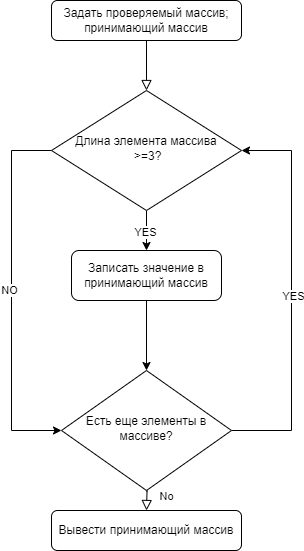
ElenaMGB/ItogKR_1q keeps this draw.io diagram as Blok-schem_ItogKR_1q.drawio.png. Above is the earlier version. Source tidied: cells renumbered, new cells last; positions are measured from the earlier drawing's top-left corner, leaving out a move shared by most shapes.
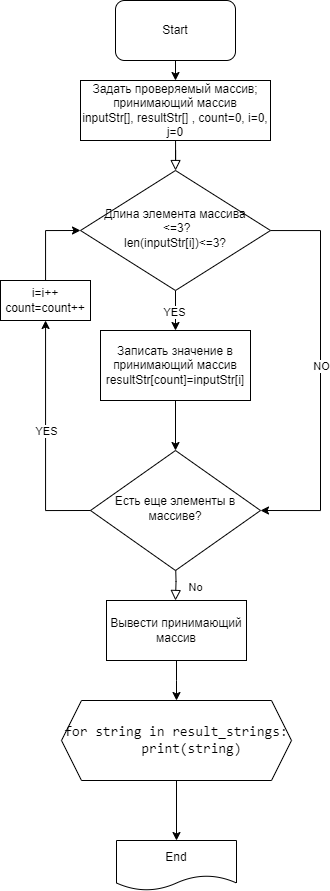
Above is the later version.

The edit, as a diff of the source:
```diff
@@ -5,8 +5,8 @@
     <mxCell id="2" style="rounded=0;html=1;jettySize=auto;fontSize=11;endArrow=block;endFill=0;endSize=8;strokeWidth=1;shadow=0;labelBackgroundColor=none;edgeStyle=orthogonalEdgeStyle;" parent="1" edge="1" source="3" target="8">
       <mxGeometry relative="1" as="geometry" />
     </mxCell>
-    <mxCell id="3" value="Задать проверяемый массив; принимающий массив" style="rounded=1;whiteSpace=wrap;html=1;fontSize=12;glass=0;strokeWidth=1;shadow=0;" parent="1" vertex="1">
-      <mxGeometry x="40" width="190" height="40" as="geometry" />
+    <mxCell id="3" value="Задать проверяемый массив; принимающий массив&lt;div&gt;inputStr[], resultStr[] , count=0, i=0, j=0&lt;/div&gt;" style="rounded=0;whiteSpace=wrap;html=1;fontSize=12;glass=0;strokeWidth=1;shadow=0;" parent="1" vertex="1">
+      <mxGeometry x="40" width="190" height="60" as="geometry" />
     </mxCell>
     <mxCell id="4" style="edgeStyle=orthogonalEdgeStyle;rounded=0;jettySize=auto;html=1;exitX=0.5;exitY=1;exitDx=0;exitDy=0;entryX=0.5;entryY=0;entryDx=0;entryDy=0;" parent="1" edge="1" source="8" target="11">
       <mxGeometry relative="1" as="geometry" />
@@ -14,47 +14,83 @@
     <mxCell id="5" value="YES" style="edgeLabel;html=1;align=center;verticalAlign=middle;" parent="4" vertex="1">
       <mxGeometry x="0.05" y="-2" relative="1" as="geometry" />
     </mxCell>
-    <mxCell id="6" style="edgeStyle=orthogonalEdgeStyle;rounded=0;jettySize=auto;html=1;entryX=0;entryY=0.5;entryDx=0;entryDy=0;" parent="1" edge="1" source="8" target="14">
+    <mxCell id="6" style="edgeStyle=orthogonalEdgeStyle;rounded=0;jettySize=auto;html=1;entryX=1;entryY=0.5;entryDx=0;entryDy=0;" parent="1" edge="1" source="8" target="14">
       <mxGeometry relative="1" as="geometry">
         <Array as="points">
-          <mxPoint y="150" />
-          <mxPoint y="430" />
+          <mxPoint x="280" y="150" />
+          <mxPoint x="280" y="430" />
         </Array>
       </mxGeometry>
     </mxCell>
     <mxCell id="7" value="NO" style="edgeLabel;html=1;align=center;verticalAlign=middle;" parent="6" vertex="1">
-      <mxGeometry x="-0.03" y="-3" relative="1" as="geometry" />
+      <mxGeometry x="-0.03" y="-3" relative="1" as="geometry">
+        <mxPoint x="3" y="-3" as="offset" />
+      </mxGeometry>
     </mxCell>
-    <mxCell id="8" value="Длина элемента массива&lt;div&gt;&amp;nbsp;&amp;gt;=3?&lt;/div&gt;" style="rhombus;whiteSpace=wrap;html=1;shadow=0;fontFamily=Helvetica;fontSize=12;align=center;strokeWidth=1;spacing=6;spacingTop=-4;" parent="1" vertex="1">
+    <mxCell id="8" value="Длина элемента массива&lt;div&gt;&amp;nbsp;&amp;lt;=3?&lt;/div&gt;&lt;div&gt;len(inputStr[i])&amp;lt;=3?&lt;/div&gt;" style="rhombus;whiteSpace=wrap;html=1;shadow=0;fontFamily=Helvetica;fontSize=12;align=center;strokeWidth=1;spacing=6;spacingTop=-4;" parent="1" vertex="1">
       <mxGeometry x="40" y="90" width="190" height="120" as="geometry" />
     </mxCell>
-    <mxCell id="9" value="No" style="rounded=0;html=1;jettySize=auto;fontSize=11;endArrow=block;endFill=0;endSize=8;strokeWidth=1;shadow=0;labelBackgroundColor=none;edgeStyle=orthogonalEdgeStyle;" parent="1" edge="1" target="10">
+    <mxCell id="9" value="No" style="rounded=0;html=1;jettySize=auto;orthogonalLoop=1;fontSize=11;endArrow=block;endFill=0;endSize=8;strokeWidth=1;shadow=0;labelBackgroundColor=none;edgeStyle=orthogonalEdgeStyle;" parent="1" edge="1">
       <mxGeometry x="0.33" y="20" relative="1" as="geometry">
-        <mxPoint x="135" y="470" as="sourcePoint" />
+        <mxPoint x="135" y="480" as="sourcePoint" />
+        <mxPoint x="135" y="520" as="targetPoint" />
       </mxGeometry>
     </mxCell>
-    <mxCell id="10" value="Вывести принимающий массив" style="rounded=1;whiteSpace=wrap;html=1;fontSize=12;glass=0;strokeWidth=1;shadow=0;" parent="1" vertex="1">
-      <mxGeometry x="40" y="510" width="190" height="40" as="geometry" />
-    </mxCell>
+    <mxCell id="16" style="edgeStyle=orthogonalEdgeStyle;rounded=0;jettySize=auto;html=1;exitX=0.5;exitY=1;exitDx=0;exitDy=0;entryX=0.5;entryY=0;entryDx=0;entryDy=0;" parent="1" edge="1" source="22" target="21">
+      <mxGeometry relative="1" as="geometry" />
+    </mxCell>
-    <mxCell id="11" value="Записать значение в принимающий массив" style="rounded=1;whiteSpace=wrap;html=1;fontSize=12;glass=0;strokeWidth=1;shadow=0;" parent="1" vertex="1">
-      <mxGeometry x="60" y="250" width="150" height="50" as="geometry" />
+    <mxCell id="11" value="Записать значение в принимающий массив&lt;div&gt;resultStr[count]=inputStr[i]&lt;/div&gt;" style="rounded=0;whiteSpace=wrap;html=1;fontSize=12;glass=0;strokeWidth=1;shadow=0;" parent="1" vertex="1">
+      <mxGeometry x="60" y="250" width="150" height="70" as="geometry" />
     </mxCell>
-    <mxCell id="12" style="edgeStyle=orthogonalEdgeStyle;rounded=0;jettySize=auto;html=1;exitX=1;exitY=0.5;exitDx=0;exitDy=0;entryX=1;entryY=0.5;entryDx=0;entryDy=0;" parent="1" edge="1" source="14" target="8">
+    <mxCell id="12" style="edgeStyle=orthogonalEdgeStyle;rounded=0;jettySize=auto;html=1;exitX=1;exitY=0.5;exitDx=0;exitDy=0;" parent="1" edge="1" source="18">
       <mxGeometry relative="1" as="geometry">
+        <mxPoint x="40" y="150" as="targetPoint" />
         <Array as="points">
-          <mxPoint x="280" y="430" />
-          <mxPoint x="280" y="150" />
+          <mxPoint x="5" y="150" />
         </Array>
       </mxGeometry>
     </mxCell>
-    <mxCell id="13" value="YES" style="edgeLabel;html=1;align=center;verticalAlign=middle;" parent="12" vertex="1">
-      <mxGeometry y="-1" relative="1" as="geometry" />
-    </mxCell>
     <mxCell id="14" value="Есть еще элементы в массиве?" style="rhombus;whiteSpace=wrap;html=1;shadow=0;fontFamily=Helvetica;fontSize=12;align=center;strokeWidth=1;spacing=6;spacingTop=-4;" parent="1" vertex="1">
       <mxGeometry x="50" y="370" width="170" height="120" as="geometry" />
     </mxCell>
     <mxCell id="15" style="edgeStyle=orthogonalEdgeStyle;rounded=0;jettySize=auto;html=1;exitX=0.5;exitY=1;exitDx=0;exitDy=0;entryX=0.5;entryY=0;entryDx=0;entryDy=0;" parent="1" edge="1" source="11" target="14">
       <mxGeometry relative="1" as="geometry" />
     </mxCell>
+    <mxCell id="17" style="edgeStyle=orthogonalEdgeStyle;rounded=0;jettySize=auto;html=1;" parent="1" edge="1" target="18">
+      <mxGeometry relative="1" as="geometry">
+        <mxPoint x="50" y="430" as="sourcePoint" />
+        <Array as="points">
+          <mxPoint x="5" y="430" />
+        </Array>
+      </mxGeometry>
+    </mxCell>
+    <mxCell id="13" value="YES" style="edgeLabel;html=1;align=center;verticalAlign=middle;" parent="17" vertex="1">
+      <mxGeometry y="-1" relative="1" as="geometry">
+        <mxPoint x="-1" y="-7" as="offset" />
+      </mxGeometry>
+    </mxCell>
+    <mxCell id="18" value="&lt;div&gt;i=i++&lt;/div&gt;&lt;div&gt;count=count++&lt;/div&gt;" style="rounded=0;whiteSpace=wrap;html=1;" parent="1" vertex="1">
+      <mxGeometry x="-40" y="200" width="90" height="40" as="geometry" />
+    </mxCell>
+    <mxCell id="19" style="edgeStyle=orthogonalEdgeStyle;rounded=0;jettySize=auto;html=1;exitX=0.5;exitY=1;exitDx=0;exitDy=0;entryX=0.5;entryY=0;entryDx=0;entryDy=0;" parent="1" edge="1" source="20" target="3">
+      <mxGeometry relative="1" as="geometry" />
+    </mxCell>
+    <mxCell id="20" value="Start" style="rounded=1;whiteSpace=wrap;html=1;" parent="1" vertex="1">
+      <mxGeometry x="75" y="-80" width="120" height="60" as="geometry" />
+    </mxCell>
+    <mxCell id="21" value="End" style="shape=document;whiteSpace=wrap;html=1;boundedLbl=1;" parent="1" vertex="1">
+      <mxGeometry x="76" y="760" width="120" height="50" as="geometry" />
+    </mxCell>
+    <mxCell id="22" value="&lt;div&gt;&lt;span style=&quot;box-sizing: border-box; border: 0px solid rgb(229, 231, 235); scrollbar-color: auto; scrollbar-width: auto; --tw-border-spacing-x: 0; --tw-border-spacing-y: 0; --tw-translate-x: 0; --tw-translate-y: 0; --tw-rotate: 0; --tw-skew-x: 0; --tw-skew-y: 0; --tw-scale-x: 1; --tw-scale-y: 1; --tw-pan-x: ; --tw-pan-y: ; --tw-pinch-zoom: ; --tw-scroll-snap-strictness: proximity; --tw-ordinal: ; --tw-slashed-zero: ; --tw-numeric-figure: ; --tw-numeric-spacing: ; --tw-numeric-fraction: ; --tw-ring-inset: ; --tw-ring-offset-width: 0px; --tw-ring-offset-color: #fff; --tw-ring-color: rgba(59,130,246,.5); --tw-ring-offset-shadow: 0 0 #0000; --tw-ring-shadow: 0 0 #0000; --tw-shadow: 0 0 #0000; --tw-shadow-colored: 0 0 #0000; --tw-blur: ; --tw-brightness: ; --tw-contrast: ; --tw-grayscale: ; --tw-hue-rotate: ; --tw-invert: ; --tw-saturate: ; --tw-sepia: ; --tw-drop-shadow: ; --tw-backdrop-blur: ; --tw-backdrop-brightness: ; --tw-backdrop-contrast: ; --tw-backdrop-grayscale: ; --tw-backdrop-hue-rotate: ; --tw-backdrop-invert: ; --tw-backdrop-opacity: ; --tw-backdrop-saturate: ; --tw-backdrop-sepia: ; font-family: __berkeleyMono_b44320, __berkeleyMono_Fallback_b44320, ui-monospace, SFMono-Regular, monospace; font-size: 14px; font-variant-ligatures: none; text-align: start; white-space: pre;&quot; class=&quot;token&quot;&gt;for&lt;/span&gt;&lt;span style=&quot;font-family: __berkeleyMono_b44320, __berkeleyMono_Fallback_b44320, ui-monospace, SFMono-Regular, monospace; font-size: 14px; font-variant-ligatures: none; text-align: start; white-space: pre;&quot;&gt; string &lt;/span&gt;&lt;span style=&quot;box-sizing: border-box; border: 0px solid rgb(229, 231, 235); scrollbar-color: auto; scrollbar-width: auto; --tw-border-spacing-x: 0; --tw-border-spacing-y: 0; --tw-translate-x: 0; --tw-translate-y: 0; --tw-rotate: 0; --tw-skew-x: 0; --tw-skew-y: 0; --tw-scale-x: 1; --tw-scale-y: 1; --tw-pan-x: ; --tw-pan-y: ; --tw-pinch-zoom: ; --tw-scroll-snap-strictness: proximity; --tw-ordinal: ; --tw-slashed-zero: ; --tw-numeric-figure: ; --tw-numeric-spacing: ; --tw-numeric-fraction: ; --tw-ring-inset: ; --tw-ring-offset-width: 0px; --tw-ring-offset-color: #fff; --tw-ring-color: rgba(59,130,246,.5); --tw-ring-offset-shadow: 0 0 #0000; --tw-ring-shadow: 0 0 #0000; --tw-shadow: 0 0 #0000; --tw-shadow-colored: 0 0 #0000; --tw-blur: ; --tw-brightness: ; --tw-contrast: ; --tw-grayscale: ; --tw-hue-rotate: ; --tw-invert: ; --tw-saturate: ; --tw-sepia: ; --tw-drop-shadow: ; --tw-backdrop-blur: ; --tw-backdrop-brightness: ; --tw-backdrop-contrast: ; --tw-backdrop-grayscale: ; --tw-backdrop-hue-rotate: ; --tw-backdrop-invert: ; --tw-backdrop-opacity: ; --tw-backdrop-saturate: ; --tw-backdrop-sepia: ; font-family: __berkeleyMono_b44320, __berkeleyMono_Fallback_b44320, ui-monospace, SFMono-Regular, monospace; font-size: 14px; font-variant-ligatures: none; text-align: start; white-space: pre;&quot; class=&quot;token&quot;&gt;in&lt;/span&gt;&lt;span style=&quot;font-family: __berkeleyMono_b44320, __berkeleyMono_Fallback_b44320, ui-monospace, SFMono-Regular, monospace; font-size: 14px; font-variant-ligatures: none; text-align: start; white-space: pre;&quot;&gt; result_strings&lt;/span&gt;&lt;span style=&quot;box-sizing: border-box; border: 0px solid rgb(229, 231, 235); scrollbar-color: auto; scrollbar-width: auto; --tw-border-spacing-x: 0; --tw-border-spacing-y: 0; --tw-translate-x: 0; --tw-translate-y: 0; --tw-rotate: 0; --tw-skew-x: 0; --tw-skew-y: 0; --tw-scale-x: 1; --tw-scale-y: 1; --tw-pan-x: ; --tw-pan-y: ; --tw-pinch-zoom: ; --tw-scroll-snap-strictness: proximity; --tw-ordinal: ; --tw-slashed-zero: ; --tw-numeric-figure: ; --tw-numeric-spacing: ; --tw-numeric-fraction: ; --tw-ring-inset: ; --tw-ring-offset-width: 0px; --tw-ring-offset-color: #fff; --tw-ring-color: rgba(59,130,246,.5); --tw-ring-offset-shadow: 0 0 #0000; --tw-ring-shadow: 0 0 #0000; --tw-shadow: 0 0 #0000; --tw-shadow-colored: 0 0 #0000; --tw-blur: ; --tw-brightness: ; --tw-contrast: ; --tw-grayscale: ; --tw-hue-rotate: ; --tw-invert: ; --tw-saturate: ; --tw-sepia: ; --tw-drop-shadow: ; --tw-backdrop-blur: ; --tw-backdrop-brightness: ; --tw-backdrop-contrast: ; --tw-backdrop-grayscale: ; --tw-backdrop-hue-rotate: ; --tw-backdrop-invert: ; --tw-backdrop-opacity: ; --tw-backdrop-saturate: ; --tw-backdrop-sepia: ; font-family: __berkeleyMono_b44320, __berkeleyMono_Fallback_b44320, ui-monospace, SFMono-Regular, monospace; font-size: 14px; font-variant-ligatures: none; text-align: start; white-space: pre;&quot; class=&quot;token punctuation&quot;&gt;:&lt;/span&gt;&lt;span style=&quot;font-family: __berkeleyMono_b44320, __berkeleyMono_Fallback_b44320, ui-monospace, SFMono-Regular, monospace; font-size: 14px; font-variant-ligatures: none; text-align: start; white-space: pre;&quot;&gt;&lt;br&gt;    &lt;/span&gt;&lt;span style=&quot;box-sizing: border-box; border: 0px solid rgb(229, 231, 235); scrollbar-color: auto; scrollbar-width: auto; --tw-border-spacing-x: 0; --tw-border-spacing-y: 0; --tw-translate-x: 0; --tw-translate-y: 0; --tw-rotate: 0; --tw-skew-x: 0; --tw-skew-y: 0; --tw-scale-x: 1; --tw-scale-y: 1; --tw-pan-x: ; --tw-pan-y: ; --tw-pinch-zoom: ; --tw-scroll-snap-strictness: proximity; --tw-ordinal: ; --tw-slashed-zero: ; --tw-numeric-figure: ; --tw-numeric-spacing: ; --tw-numeric-fraction: ; --tw-ring-inset: ; --tw-ring-offset-width: 0px; --tw-ring-offset-color: #fff; --tw-ring-color: rgba(59,130,246,.5); --tw-ring-offset-shadow: 0 0 #0000; --tw-ring-shadow: 0 0 #0000; --tw-shadow: 0 0 #0000; --tw-shadow-colored: 0 0 #0000; --tw-blur: ; --tw-brightness: ; --tw-contrast: ; --tw-grayscale: ; --tw-hue-rotate: ; --tw-invert: ; --tw-saturate: ; --tw-sepia: ; --tw-drop-shadow: ; --tw-backdrop-blur: ; --tw-backdrop-brightness: ; --tw-backdrop-contrast: ; --tw-backdrop-grayscale: ; --tw-backdrop-hue-rotate: ; --tw-backdrop-invert: ; --tw-backdrop-opacity: ; --tw-backdrop-saturate: ; --tw-backdrop-sepia: ; font-family: __berkeleyMono_b44320, __berkeleyMono_Fallback_b44320, ui-monospace, SFMono-Regular, monospace; font-size: 14px; font-variant-ligatures: none; text-align: start; white-space: pre;&quot; class=&quot;token&quot;&gt;print&lt;/span&gt;&lt;span style=&quot;box-sizing: border-box; border: 0px solid rgb(229, 231, 235); scrollbar-color: auto; scrollbar-width: auto; --tw-border-spacing-x: 0; --tw-border-spacing-y: 0; --tw-translate-x: 0; --tw-translate-y: 0; --tw-rotate: 0; --tw-skew-x: 0; --tw-skew-y: 0; --tw-scale-x: 1; --tw-scale-y: 1; --tw-pan-x: ; --tw-pan-y: ; --tw-pinch-zoom: ; --tw-scroll-snap-strictness: proximity; --tw-ordinal: ; --tw-slashed-zero: ; --tw-numeric-figure: ; --tw-numeric-spacing: ; --tw-numeric-fraction: ; --tw-ring-inset: ; --tw-ring-offset-width: 0px; --tw-ring-offset-color: #fff; --tw-ring-color: rgba(59,130,246,.5); --tw-ring-offset-shadow: 0 0 #0000; --tw-ring-shadow: 0 0 #0000; --tw-shadow: 0 0 #0000; --tw-shadow-colored: 0 0 #0000; --tw-blur: ; --tw-brightness: ; --tw-contrast: ; --tw-grayscale: ; --tw-hue-rotate: ; --tw-invert: ; --tw-saturate: ; --tw-sepia: ; --tw-drop-shadow: ; --tw-backdrop-blur: ; --tw-backdrop-brightness: ; --tw-backdrop-contrast: ; --tw-backdrop-grayscale: ; --tw-backdrop-hue-rotate: ; --tw-backdrop-invert: ; --tw-backdrop-opacity: ; --tw-backdrop-saturate: ; --tw-backdrop-sepia: ; font-family: __berkeleyMono_b44320, __berkeleyMono_Fallback_b44320, ui-monospace, SFMono-Regular, monospace; font-size: 14px; font-variant-ligatures: none; text-align: start; white-space: pre;&quot; class=&quot;token punctuation&quot;&gt;(&lt;/span&gt;&lt;span style=&quot;font-family: __berkeleyMono_b44320, __berkeleyMono_Fallback_b44320, ui-monospace, SFMono-Regular, monospace; font-size: 14px; font-variant-ligatures: none; text-align: start; white-space: pre;&quot;&gt;string&lt;/span&gt;&lt;span style=&quot;box-sizing: border-box; border: 0px solid rgb(229, 231, 235); scrollbar-color: auto; scrollbar-width: auto; --tw-border-spacing-x: 0; --tw-border-spacing-y: 0; --tw-translate-x: 0; --tw-translate-y: 0; --tw-rotate: 0; --tw-skew-x: 0; --tw-skew-y: 0; --tw-scale-x: 1; --tw-scale-y: 1; --tw-pan-x: ; --tw-pan-y: ; --tw-pinch-zoom: ; --tw-scroll-snap-strictness: proximity; --tw-ordinal: ; --tw-slashed-zero: ; --tw-numeric-figure: ; --tw-numeric-spacing: ; --tw-numeric-fraction: ; --tw-ring-inset: ; --tw-ring-offset-width: 0px; --tw-ring-offset-color: #fff; --tw-ring-color: rgba(59,130,246,.5); --tw-ring-offset-shadow: 0 0 #0000; --tw-ring-shadow: 0 0 #0000; --tw-shadow: 0 0 #0000; --tw-shadow-colored: 0 0 #0000; --tw-blur: ; --tw-brightness: ; --tw-contrast: ; --tw-grayscale: ; --tw-hue-rotate: ; --tw-invert: ; --tw-saturate: ; --tw-sepia: ; --tw-drop-shadow: ; --tw-backdrop-blur: ; --tw-backdrop-brightness: ; --tw-backdrop-contrast: ; --tw-backdrop-grayscale: ; --tw-backdrop-hue-rotate: ; --tw-backdrop-invert: ; --tw-backdrop-opacity: ; --tw-backdrop-saturate: ; --tw-backdrop-sepia: ; font-family: __berkeleyMono_b44320, __berkeleyMono_Fallback_b44320, ui-monospace, SFMono-Regular, monospace; font-size: 14px; font-variant-ligatures: none; text-align: start; white-space: pre;&quot; class=&quot;token punctuation&quot;&gt;)&lt;/span&gt;&lt;/div&gt;" style="shape=hexagon;perimeter=hexagonPerimeter2;whiteSpace=wrap;html=1;fixedSize=1;" parent="1" vertex="1">
+      <mxGeometry x="21" y="620" width="230" height="80" as="geometry" />
+    </mxCell>
+    <mxCell id="23" style="edgeStyle=orthogonalEdgeStyle;rounded=0;jettySize=auto;html=1;exitX=0.5;exitY=1;exitDx=0;exitDy=0;" parent="1" edge="1" source="10">
+      <mxGeometry relative="1" as="geometry">
+        <mxPoint x="136" y="620" as="targetPoint" />
+      </mxGeometry>
+    </mxCell>
+    <mxCell id="10" value="Вывести принимающий массив" style="rounded=0;whiteSpace=wrap;html=1;" parent="1" vertex="1">
+      <mxGeometry x="66" y="520" width="140" height="60" as="geometry" />
+    </mxCell>
   </root>
 </mxGraphModel>
```
